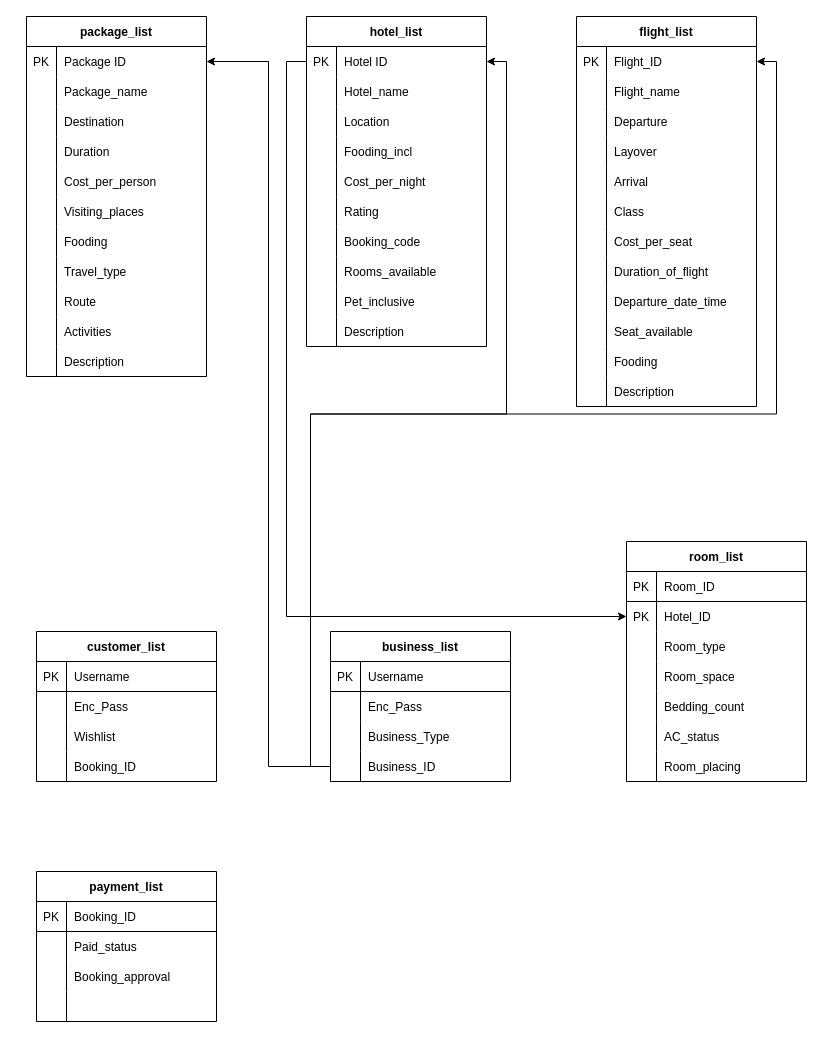
The draw.io diagram proj.drawio in PCMasterRace007/ER, before the edit. Source tidied: cells renumbered, new cells numbered last; positions are measured from the earlier drawing's top-left corner, leaving out a move shared by most shapes. Both pictures are drawn from the tidied source at 100%, with x=0, y=0 at pixel (26, 16).
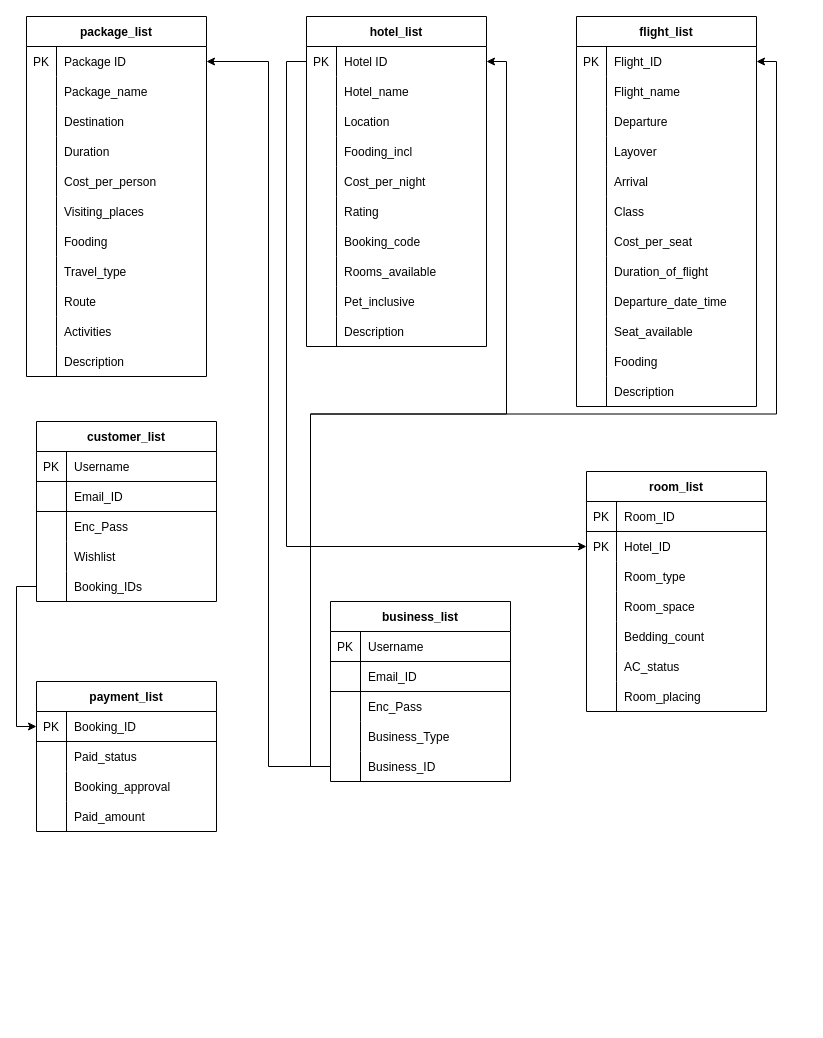
The same page after the edit.

Unchanged cells that the change refers to:
```xml
<mxCell id="157" style="shape=partialRectangle;fillColor=none;top=0;left=0;bottom=1;right=0;points=[[0,0.5],[1,0.5]];portConstraint=eastwest;" parent="156" vertex="1">
  <mxGeometry y="30" width="180" height="30" as="geometry" />
</mxCell>
<mxCell id="166" style="shape=partialRectangle;fillColor=none;top=0;left=0;bottom=0;right=0;" parent="156" vertex="1">
  <mxGeometry y="120" width="180" height="30" as="geometry" />
</mxCell>
```

Change to the diagram source:
```diff
@@
     <mxCell id="104" value="customer_list" style="shape=table;startSize=30;childLayout=tableLayout;rowLines=0;fontStyle=1;align=center;" parent="1" vertex="1">
-      <mxGeometry x="10" y="615" width="180" height="150" as="geometry" />
+      <mxGeometry x="10" y="405" width="180" height="180" as="geometry" />
     </mxCell>
@@
+    <mxCell id="169" style="shape=partialRectangle;fillColor=none;top=0;left=0;bottom=1;right=0;" parent="104" vertex="1">
+      <mxGeometry y="60" width="180" height="30" as="geometry" />
+    </mxCell>
+    <mxCell id="170" style="shape=partialRectangle;fillColor=none;top=0;left=0;bottom=0;right=0;fontStyle=0;overflow=hidden;" parent="169" vertex="1">
+      <mxGeometry width="30" height="30" as="geometry" />
+    </mxCell>
+    <mxCell id="171" value="Email_ID" style="shape=partialRectangle;fillColor=none;top=0;left=0;bottom=0;right=0;align=left;spacingLeft=6;fontStyle=0;overflow=hidden;" parent="169" vertex="1">
+      <mxGeometry x="30" width="150" height="30" as="geometry" />
+    </mxCell>
     <mxCell id="108" style="shape=partialRectangle;fillColor=none;top=0;left=0;bottom=0;right=0;" parent="104" vertex="1">
-      <mxGeometry y="60" width="180" height="30" as="geometry" />
+      <mxGeometry y="90" width="180" height="30" as="geometry" />
     </mxCell>
@@
     <mxCell id="111" style="shape=partialRectangle;fillColor=none;top=0;left=0;bottom=0;right=0;" parent="104" vertex="1">
-      <mxGeometry y="90" width="180" height="30" as="geometry" />
+      <mxGeometry y="120" width="180" height="30" as="geometry" />
     </mxCell>
@@
     <mxCell id="114" style="shape=partialRectangle;fillColor=none;top=0;left=0;bottom=0;right=0;points=[[0,0.5],[1,0.5]];portConstraint=eastwest;" parent="104" vertex="1">
-      <mxGeometry y="120" width="180" height="30" as="geometry" />
+      <mxGeometry y="150" width="180" height="30" as="geometry" />
     </mxCell>
@@
-    <mxCell id="116" value="Booking_ID" style="shape=partialRectangle;fillColor=none;top=0;left=0;bottom=0;right=0;align=left;spacingLeft=6;overflow=hidden;" parent="114" vertex="1">
+    <mxCell id="116" value="Booking_IDs" style="shape=partialRectangle;fillColor=none;top=0;left=0;bottom=0;right=0;align=left;spacingLeft=6;overflow=hidden;" parent="114" vertex="1">
       <mxGeometry x="30" width="150" height="30" as="geometry" />
     </mxCell>
     <mxCell id="117" value="business_list" style="shape=table;startSize=30;childLayout=tableLayout;rowLines=0;fontStyle=1;align=center;" parent="1" vertex="1">
-      <mxGeometry x="304" y="615" width="180" height="150" as="geometry" />
+      <mxGeometry x="304" y="585" width="180" height="180" as="geometry" />
     </mxCell>
@@
+    <mxCell id="172" style="shape=partialRectangle;fillColor=none;top=0;left=0;bottom=1;right=0;" parent="117" vertex="1">
+      <mxGeometry y="60" width="180" height="30" as="geometry" />
+    </mxCell>
+    <mxCell id="173" style="shape=partialRectangle;fillColor=none;top=0;left=0;bottom=0;right=0;fontStyle=0;overflow=hidden;" parent="172" vertex="1">
+      <mxGeometry width="30" height="30" as="geometry" />
+    </mxCell>
+    <mxCell id="174" value="Email_ID" style="shape=partialRectangle;fillColor=none;top=0;left=0;bottom=0;right=0;align=left;spacingLeft=6;fontStyle=0;overflow=hidden;" parent="172" vertex="1">
+      <mxGeometry x="30" width="150" height="30" as="geometry" />
+    </mxCell>
     <mxCell id="121" style="shape=partialRectangle;fillColor=none;top=0;left=0;bottom=0;right=0;" parent="117" vertex="1">
-      <mxGeometry y="60" width="180" height="30" as="geometry" />
+      <mxGeometry y="90" width="180" height="30" as="geometry" />
     </mxCell>
@@
     <mxCell id="124" style="shape=partialRectangle;fillColor=none;top=0;left=0;bottom=0;right=0;" parent="117" vertex="1">
-      <mxGeometry y="90" width="180" height="30" as="geometry" />
+      <mxGeometry y="120" width="180" height="30" as="geometry" />
     </mxCell>
@@
     <mxCell id="127" style="shape=partialRectangle;fillColor=none;top=0;left=0;bottom=0;right=0;points=[[0,0.5],[1,0.5]];portConstraint=eastwest;" parent="117" vertex="1">
-      <mxGeometry y="120" width="180" height="30" as="geometry" />
+      <mxGeometry y="150" width="180" height="30" as="geometry" />
     </mxCell>
@@
     <mxCell id="130" value="room_list" style="shape=table;startSize=30;childLayout=tableLayout;rowLines=0;fontStyle=1;align=center;" parent="1" vertex="1">
-      <mxGeometry x="600" y="525" width="180" height="240" as="geometry" />
+      <mxGeometry x="560" y="455" width="180" height="240" as="geometry" />
     </mxCell>
@@
     <mxCell id="156" value="payment_list" style="shape=table;startSize=30;childLayout=tableLayout;rowLines=0;fontStyle=1;align=center;" parent="1" vertex="1">
-      <mxGeometry x="10" y="855" width="180" height="150" as="geometry" />
+      <mxGeometry x="10" y="665" width="180" height="150" as="geometry" />
     </mxCell>
@@
-    <mxCell id="168" style="shape=partialRectangle;fillColor=none;top=0;left=0;bottom=0;right=0;align=left;spacingLeft=6;overflow=hidden;" parent="166" vertex="1">
+    <mxCell id="168" value="Paid_amount" style="shape=partialRectangle;fillColor=none;top=0;left=0;bottom=0;right=0;align=left;spacingLeft=6;overflow=hidden;" parent="166" vertex="1">
       <mxGeometry x="30" width="150" height="30" as="geometry" />
     </mxCell>
+    <mxCell id="175" style="edgeStyle=orthogonalEdgeStyle;rounded=0;jettySize=auto;html=1;exitX=0;exitY=0.5;exitDx=0;exitDy=0;entryX=0;entryY=0.5;entryDx=0;entryDy=0;" parent="1" edge="1" source="114" target="157">
+      <mxGeometry relative="1" as="geometry">
+        <Array as="points">
+          <mxPoint x="-10" y="570" />
+          <mxPoint x="-10" y="710" />
+        </Array>
+      </mxGeometry>
+    </mxCell>
```
